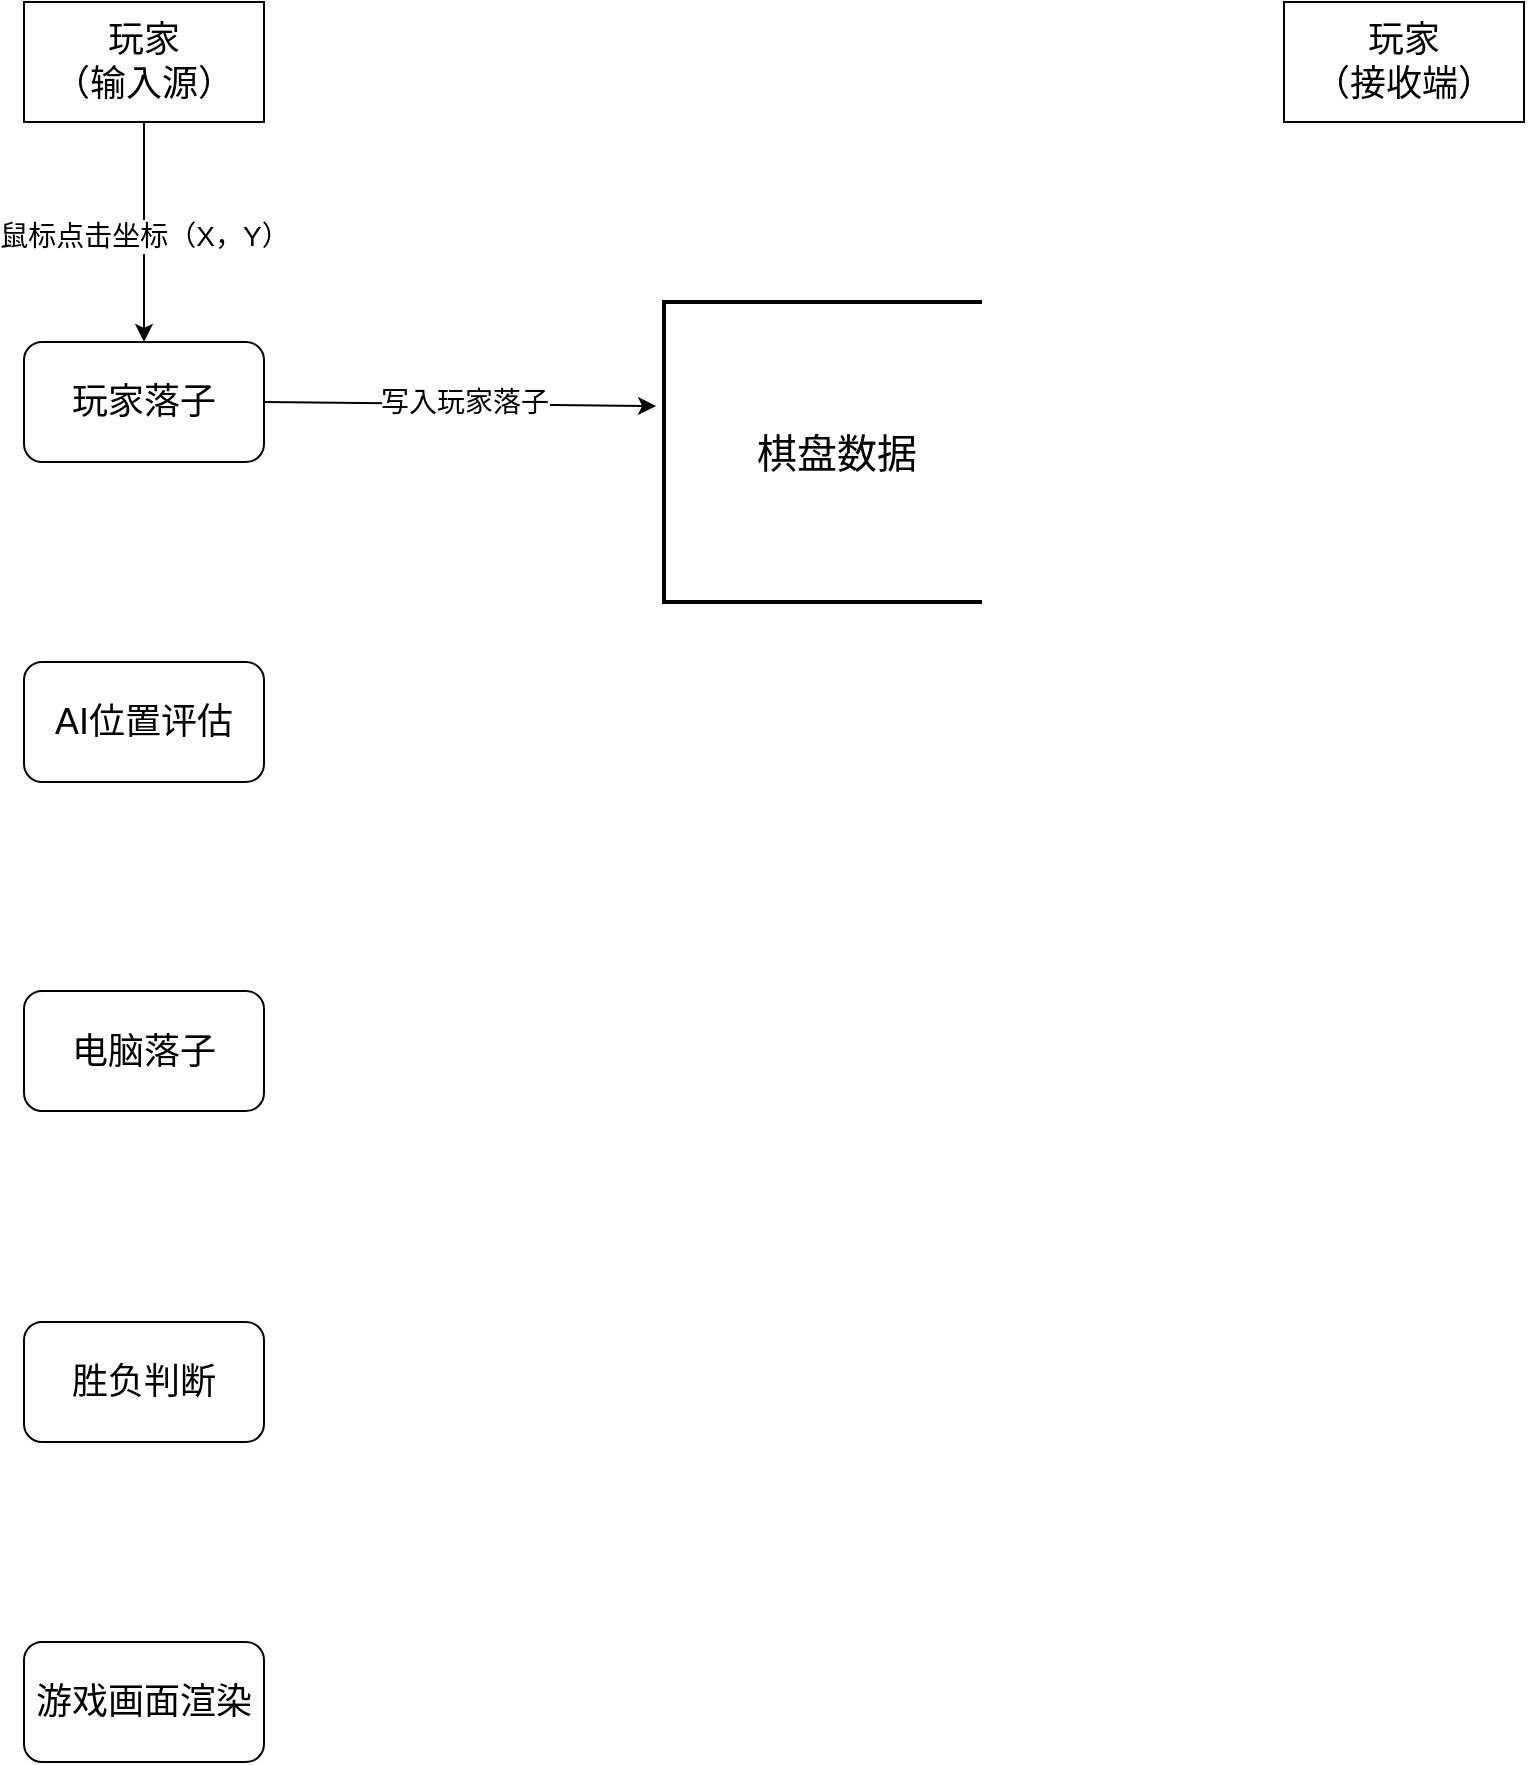
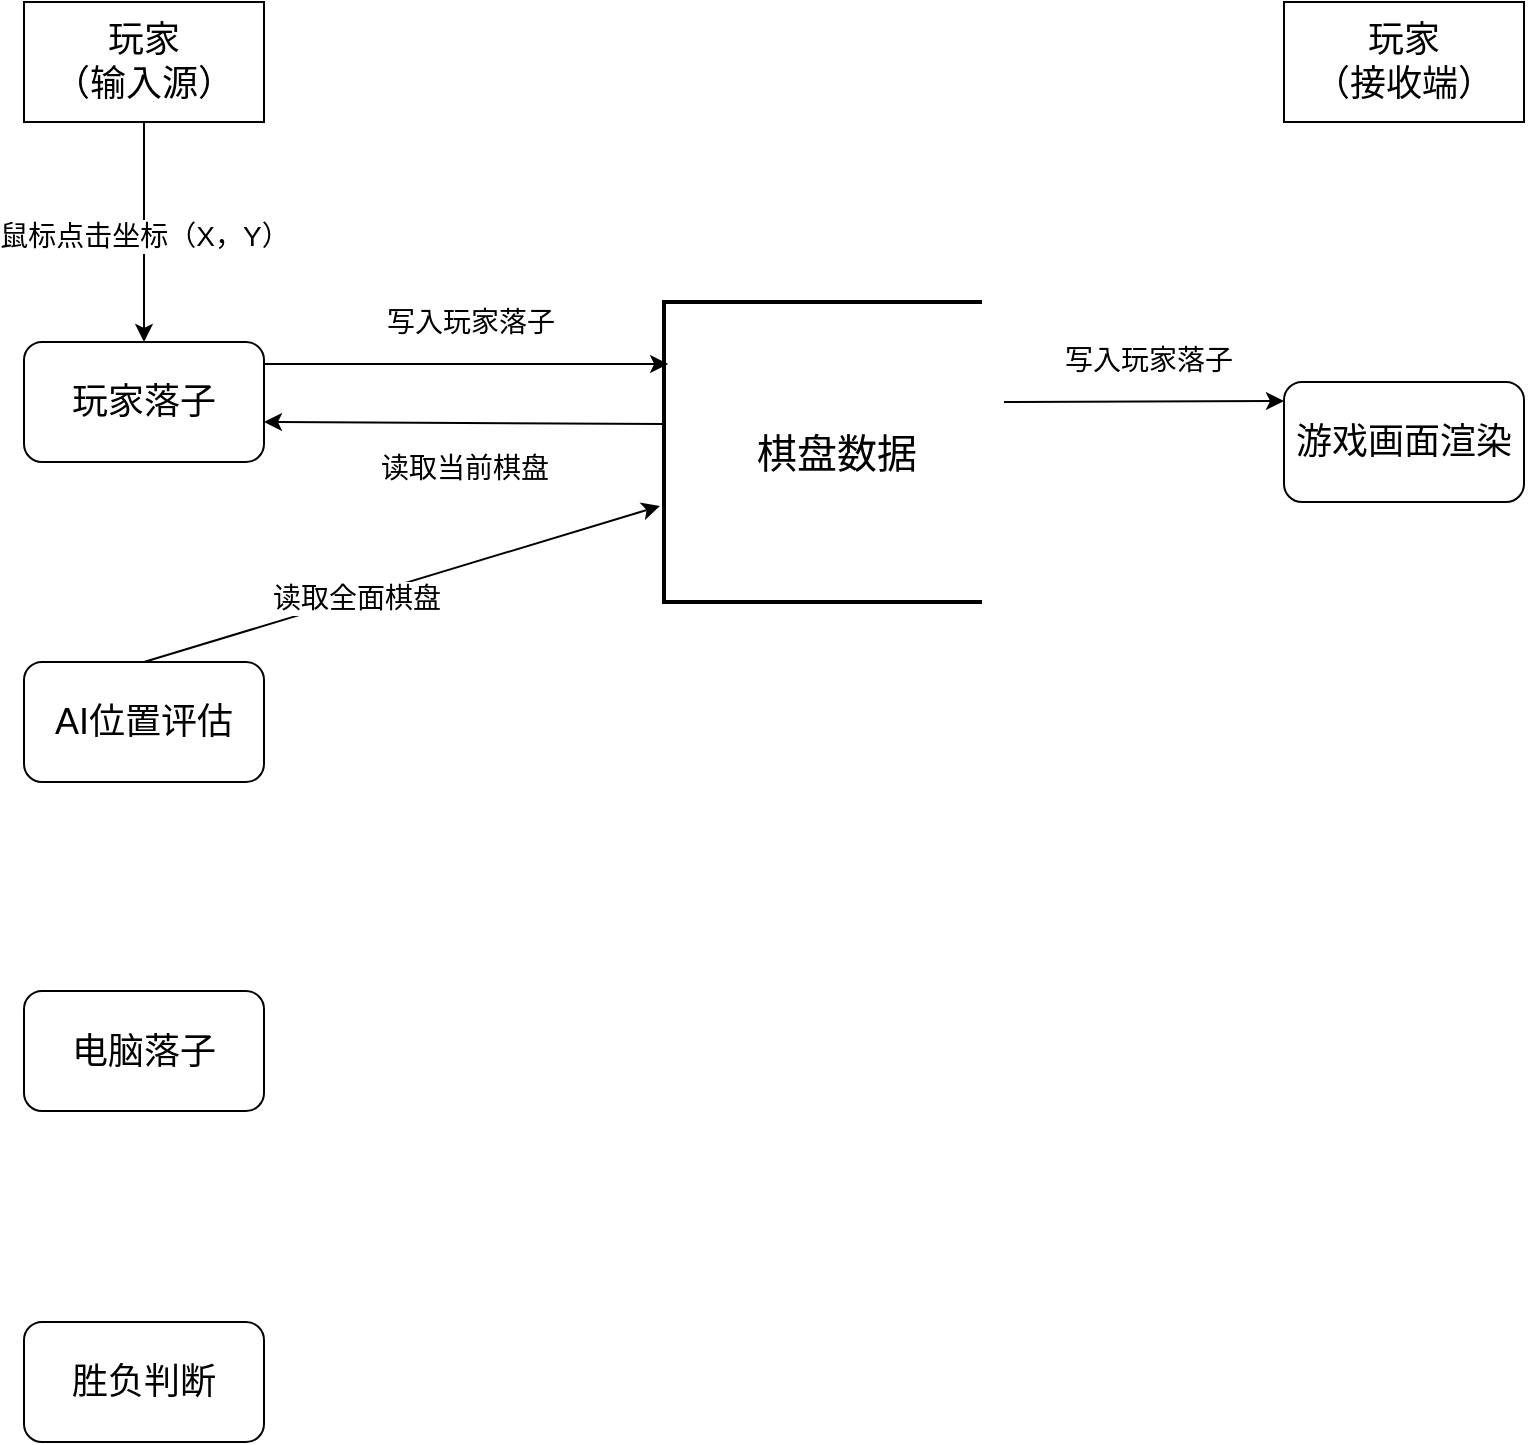
<mxfile host="app.diagrams.net">
  <diagram name="Page-1" id="hryGj0KzSXnJhMcqTr9-">
    <mxGraphModel dx="2054" dy="1198" grid="1" gridSize="10" guides="1" tooltips="1" connect="1" arrows="1" fold="1" page="1" pageScale="1" pageWidth="827" pageHeight="1169" math="0" shadow="0">
      <root>
        <mxCell id="0" />
        <mxCell id="1" parent="0" />
        <mxCell id="fDHwApNMCYBN-XmplwMt-11" edge="1" parent="1" source="fDHwApNMCYBN-XmplwMt-3" style="edgeStyle=orthogonalEdgeStyle;rounded=0;orthogonalLoop=1;jettySize=auto;html=1;exitX=0.5;exitY=1;exitDx=0;exitDy=0;entryX=0.5;entryY=0;entryDx=0;entryDy=0;" target="fDHwApNMCYBN-XmplwMt-5">
          <mxGeometry relative="1" as="geometry" />
        </mxCell>
        <mxCell id="fDHwApNMCYBN-XmplwMt-12" connectable="0" parent="fDHwApNMCYBN-XmplwMt-11" style="edgeLabel;html=1;align=center;verticalAlign=middle;resizable=0;points=[];" value="&lt;font style=&quot;font-size: 14px;&quot;&gt;鼠标点击坐标（X，Y）&lt;/font&gt;" vertex="1">
          <mxGeometry relative="1" x="0.0364" as="geometry">
            <mxPoint as="offset" />
          </mxGeometry>
        </mxCell>
        <mxCell id="fDHwApNMCYBN-XmplwMt-3" parent="1" style="rounded=0;whiteSpace=wrap;html=1;" value="&lt;font style=&quot;font-size: 18px;&quot;&gt;玩家&lt;/font&gt;&lt;div&gt;&lt;font style=&quot;font-size: 18px;&quot;&gt;（输入源）&lt;/font&gt;&lt;/div&gt;" vertex="1">
          <mxGeometry height="60" width="120" x="30" y="60" as="geometry" />
        </mxCell>
        <mxCell id="fDHwApNMCYBN-XmplwMt-5" parent="1" style="rounded=1;whiteSpace=wrap;html=1;" value="&lt;font style=&quot;font-size: 18px;&quot;&gt;玩家落子&lt;/font&gt;" vertex="1">
          <mxGeometry height="60" width="120" x="30" y="230" as="geometry" />
        </mxCell>
        <mxCell id="fDHwApNMCYBN-XmplwMt-6" parent="1" style="rounded=1;whiteSpace=wrap;html=1;" value="&lt;font style=&quot;font-size: 18px;&quot;&gt;AI位置评估&lt;/font&gt;" vertex="1">
          <mxGeometry height="60" width="120" x="30" y="390" as="geometry" />
        </mxCell>
        <mxCell id="fDHwApNMCYBN-XmplwMt-7" parent="1" style="rounded=1;whiteSpace=wrap;html=1;" value="&lt;font style=&quot;font-size: 18px;&quot;&gt;电脑落子&lt;/font&gt;" vertex="1">
          <mxGeometry height="60" width="120" x="30" y="554.5" as="geometry" />
        </mxCell>
        <mxCell id="fDHwApNMCYBN-XmplwMt-8" parent="1" style="rounded=1;whiteSpace=wrap;html=1;" value="&lt;font style=&quot;font-size: 18px;&quot;&gt;胜负判断&lt;/font&gt;" vertex="1">
          <mxGeometry height="60" width="120" x="30" y="720" as="geometry" />
        </mxCell>
        <mxCell id="fDHwApNMCYBN-XmplwMt-9" parent="1" style="rounded=1;whiteSpace=wrap;html=1;" value="&lt;font style=&quot;font-size: 18px;&quot;&gt;游戏画面渲染&lt;/font&gt;" vertex="1">
-           <mxGeometry height="60" width="120" x="30" y="880" as="geometry" />
+           <mxGeometry height="60" width="120" x="660" y="250" as="geometry" />
        </mxCell>
        <mxCell id="fDHwApNMCYBN-XmplwMt-10" parent="1" style="rounded=0;whiteSpace=wrap;html=1;" value="&lt;span style=&quot;font-size: 18px;&quot;&gt;玩家&lt;/span&gt;&lt;div&gt;&lt;span style=&quot;font-size: 18px;&quot;&gt;（接收端）&lt;/span&gt;&lt;/div&gt;" vertex="1">
          <mxGeometry height="60" width="120" x="660" y="60" as="geometry" />
        </mxCell>
        <mxCell id="SoA14i47H3jGXmkj97EN-1" parent="1" style="strokeWidth=2;html=1;shape=mxgraph.flowchart.annotation_1;align=left;pointerEvents=1;" value="&lt;font style=&quot;font-size: 20px;&quot;&gt;&lt;font style=&quot;&quot;&gt;&amp;nbsp; &amp;nbsp; &amp;nbsp; &amp;nbsp; 棋盘数据&lt;/font&gt;&lt;/font&gt;" vertex="1">
          <mxGeometry height="150" width="159" x="350" y="210" as="geometry" />
        </mxCell>
-         <mxCell id="SoA14i47H3jGXmkj97EN-10" edge="1" parent="1" source="fDHwApNMCYBN-XmplwMt-5" style="endArrow=classic;html=1;rounded=0;exitX=1;exitY=0.5;exitDx=0;exitDy=0;entryX=-0.025;entryY=0.347;entryDx=0;entryDy=0;entryPerimeter=0;" target="SoA14i47H3jGXmkj97EN-1" value="">
+         <mxCell id="SoA14i47H3jGXmkj97EN-10" edge="1" parent="1" style="endArrow=classic;html=1;rounded=0;entryX=0.013;entryY=0.14;entryDx=0;entryDy=0;entryPerimeter=0;" value="">
          <mxGeometry height="50" relative="1" width="50" as="geometry">
-             <mxPoint x="160" y="250" as="sourcePoint" />
-             <mxPoint x="340" y="260" as="targetPoint" />
+             <mxPoint x="150" y="241" as="sourcePoint" />
+             <mxPoint x="352.067" y="241" as="targetPoint" />
          </mxGeometry>
        </mxCell>
        <mxCell id="SoA14i47H3jGXmkj97EN-11" connectable="0" parent="SoA14i47H3jGXmkj97EN-10" style="edgeLabel;html=1;align=center;verticalAlign=middle;resizable=0;points=[];" value="&lt;font style=&quot;font-size: 14px;&quot;&gt;写入玩家落子&lt;/font&gt;" vertex="1">
          <mxGeometry relative="1" x="0.0202" y="1" as="geometry">
+             <mxPoint y="-20" as="offset" />
+           </mxGeometry>
+         </mxCell>
+         <mxCell id="SoA14i47H3jGXmkj97EN-12" edge="1" parent="1" style="endArrow=classic;html=1;rounded=0;exitX=0.925;exitY=0;exitDx=0;exitDy=0;exitPerimeter=0;" value="">
+           <mxGeometry height="50" relative="1" width="50" as="geometry">
+             <mxPoint x="350" y="271" as="sourcePoint" />
+             <mxPoint x="150" y="270" as="targetPoint" />
+           </mxGeometry>
+         </mxCell>
+         <mxCell id="SoA14i47H3jGXmkj97EN-13" connectable="0" parent="SoA14i47H3jGXmkj97EN-12" style="edgeLabel;html=1;align=center;verticalAlign=middle;resizable=0;points=[];" value="&lt;font style=&quot;font-size: 14px;&quot;&gt;读取当前棋盘&lt;/font&gt;&lt;div&gt;&lt;font style=&quot;font-size: 14px;&quot;&gt;&lt;br&gt;&lt;/font&gt;&lt;/div&gt;" vertex="1">
+           <mxGeometry relative="1" x="0.0202" y="1" as="geometry">
+             <mxPoint x="2" y="29" as="offset" />
+           </mxGeometry>
+         </mxCell>
+         <mxCell id="SoA14i47H3jGXmkj97EN-14" edge="1" parent="1" style="endArrow=classic;html=1;rounded=0;entryX=-0.013;entryY=0.68;entryDx=0;entryDy=0;entryPerimeter=0;" target="SoA14i47H3jGXmkj97EN-1" value="">
+           <mxGeometry height="50" relative="1" width="50" as="geometry">
+             <mxPoint x="90" y="390" as="sourcePoint" />
+             <mxPoint x="140" y="340" as="targetPoint" />
+           </mxGeometry>
+         </mxCell>
+         <mxCell id="SoA14i47H3jGXmkj97EN-15" connectable="0" parent="SoA14i47H3jGXmkj97EN-14" style="edgeLabel;html=1;align=center;verticalAlign=middle;resizable=0;points=[];" value="&lt;font style=&quot;font-size: 14px;&quot;&gt;读取全面棋盘&lt;/font&gt;" vertex="1">
+           <mxGeometry relative="1" x="-0.1782" as="geometry">
            <mxPoint as="offset" />
+           </mxGeometry>
+         </mxCell>
+         <mxCell id="SoA14i47H3jGXmkj97EN-16" edge="1" parent="1" style="endArrow=classic;html=1;rounded=0;entryX=0.013;entryY=0.14;entryDx=0;entryDy=0;entryPerimeter=0;" value="">
+           <mxGeometry height="50" relative="1" width="50" as="geometry">
+             <mxPoint x="520" y="260" as="sourcePoint" />
+             <mxPoint x="659.9970000000001" y="259.5" as="targetPoint" />
+           </mxGeometry>
+         </mxCell>
+         <mxCell id="SoA14i47H3jGXmkj97EN-17" connectable="0" parent="SoA14i47H3jGXmkj97EN-16" style="edgeLabel;html=1;align=center;verticalAlign=middle;resizable=0;points=[];" value="&lt;font style=&quot;font-size: 14px;&quot;&gt;写入玩家落子&lt;/font&gt;" vertex="1">
+           <mxGeometry relative="1" x="0.0202" y="1" as="geometry">
+             <mxPoint y="-20" as="offset" />
          </mxGeometry>
        </mxCell>
      </root>
    </mxGraphModel>
  </diagram>
</mxfile>
